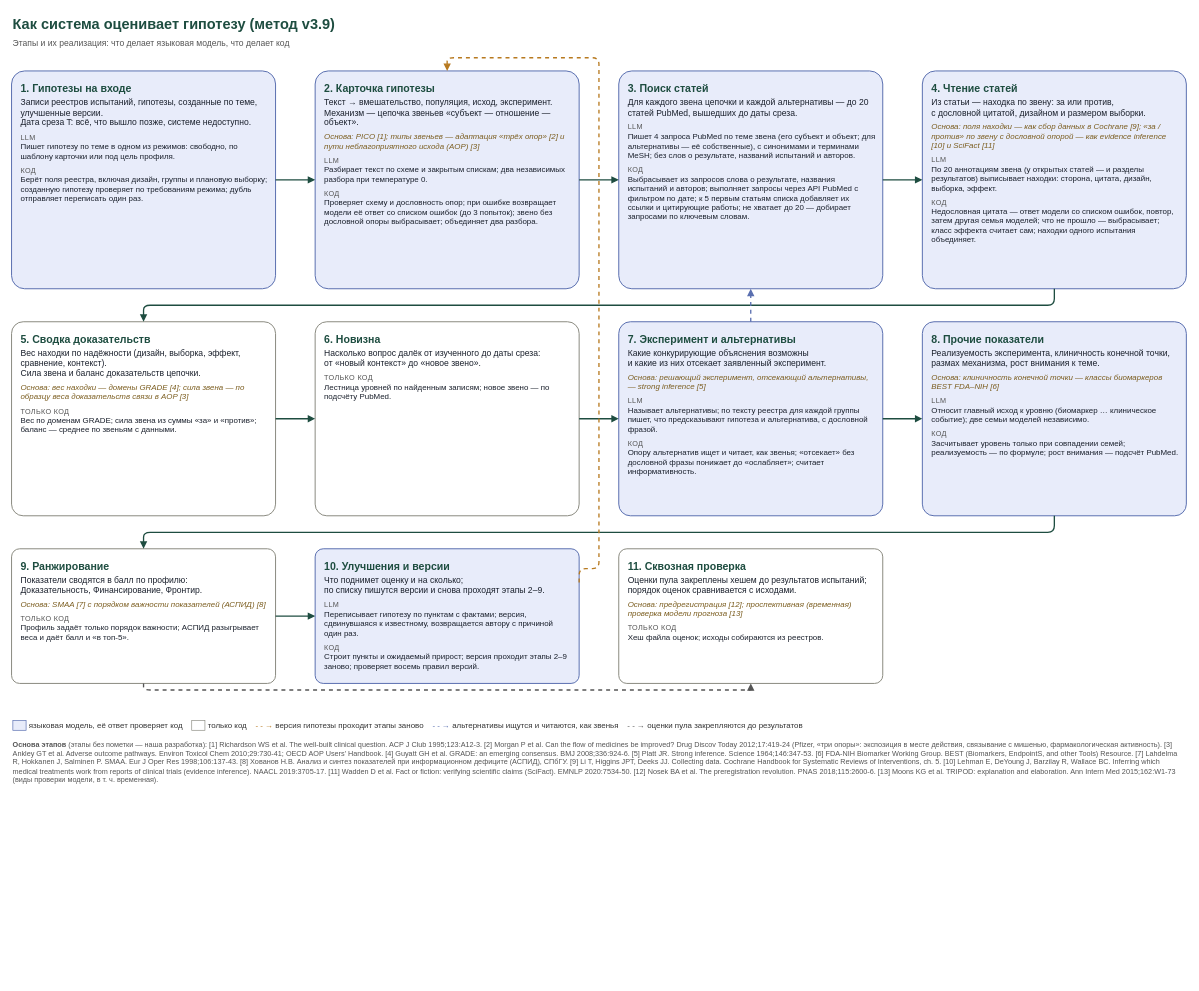
danrd/hyp-arena keeps this draw.io diagram as docs/system/flow_impl.drawio. Above is the earlier version. Source tidied: cells renumbered, new cells numbered last; positions are measured from the earlier drawing's top-left corner, leaving out a move shared by most shapes. Both pictures are drawn from the tidied source at 66%, with x=0, y=0 at pixel (11, 11).
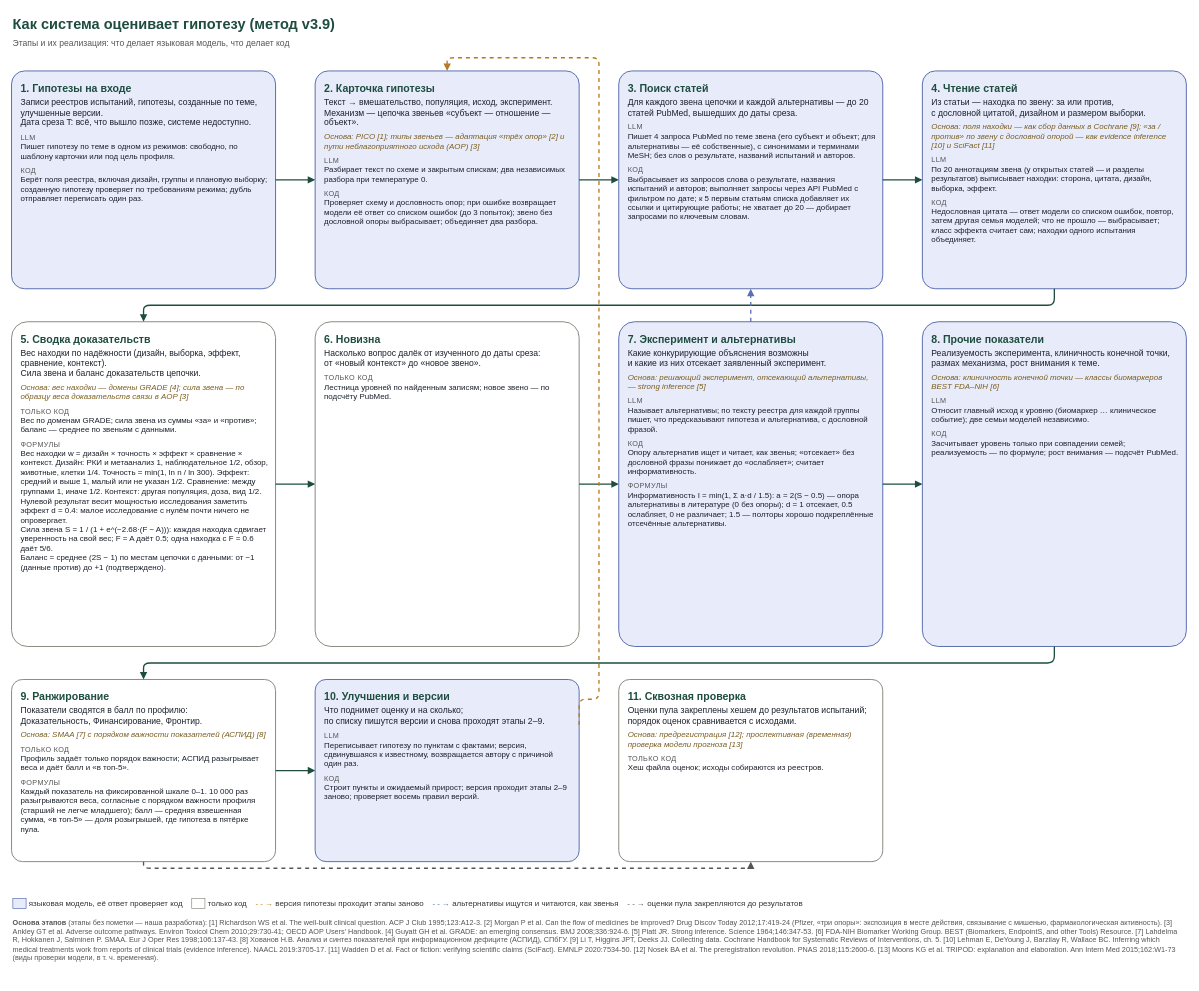
The same page after the edit.

The change refers to these unchanged cells:
```xml
<mxCell id="4" value="&lt;div style='font-size:16px;color:#1E4D40'&gt;&lt;b&gt;2. Карточка гипотезы&lt;/b&gt;&lt;/div&gt;&lt;div style='margin-top:4px'&gt;Текст → вмешательство, популяция, исход, эксперимент.&lt;br/&gt;Механизм — цепочка звеньев «субъект — отношение — объект».&lt;/div&gt;&lt;div style='margin-top:6px;font-size:12px;color:#7A5C1E'&gt;&lt;i&gt;Основа: PICO [1]; типы звеньев — адаптация «трёх опор» [2] и пути неблагоприятного исхода (AOP) [3]&lt;/i&gt;&lt;/div&gt;&lt;div style='margin-top:8px;font-size:11px;color:#555;text-transform:uppercase;letter-spacing:0.5px'&gt;LLM&lt;/div&gt;&lt;div style='font-size:12px'&gt;&lt;div&gt;Разбирает текст по схеме и закрытым спискам; два независимых разбора при температуре 0.&lt;/div&gt;&lt;/div&gt;&lt;div style='margin-top:8px;font-size:11px;color:#555;text-transform:uppercase;letter-spacing:0.5px'&gt;Код&lt;/div&gt;&lt;div style='font-size:12px'&gt;&lt;div&gt;Проверяет схему и дословность опор; при ошибке возвращает модели её ответ со списком ошибок (до 3 попыток); звено без дословной опоры выбрасывает; объединяет два разбора.&lt;/div&gt;&lt;/div&gt;" style="rounded=1;arcSize=6;whiteSpace=wrap;html=1;fillColor=#E8ECFA;strokeColor=#5A6FB0;strokeWidth=1.5;fontSize=13;fontColor=#1A202C;align=left;verticalAlign=top;spacingLeft=12;spacingRight=10;spacingTop=10;" parent="1" vertex="1">
  <mxGeometry x="460" y="90" width="400" height="330" as="geometry" />
</mxCell>
```

The edit, as a diff of the source:
```diff
@@
-    <mxCell id="7" value="&lt;div style='font-size:16px;color:#1E4D40'&gt;&lt;b&gt;5. Сводка доказательств&lt;/b&gt;&lt;/div&gt;&lt;div style='margin-top:4px'&gt;Вес находки по надёжности (дизайн, выборка, эффект, сравнение, контекст).&lt;br/&gt;Сила звена и баланс доказательств цепочки.&lt;/div&gt;&lt;div style='margin-top:6px;font-size:12px;color:#7A5C1E'&gt;&lt;i&gt;Основа: вес находки — домены GRADE [4]; сила звена — по образцу веса доказательств связи в AOP [3]&lt;/i&gt;&lt;/div&gt;&lt;div style='margin-top:8px;font-size:11px;color:#555;text-transform:uppercase;letter-spacing:0.5px'&gt;Только код&lt;/div&gt;&lt;div style='font-size:12px'&gt;&lt;div&gt;Вес по доменам GRADE; сила звена из суммы «за» и «против»; баланс — среднее по звеньям с данными.&lt;/div&gt;&lt;/div&gt;" style="rounded=1;arcSize=6;whiteSpace=wrap;html=1;fillColor=#FFFFFF;strokeColor=#8A8A80;strokeWidth=1.5;fontSize=13;fontColor=#1A202C;align=left;verticalAlign=top;spacingLeft=12;spacingRight=10;spacingTop=10;" parent="1" vertex="1">
-      <mxGeometry y="470" width="400" height="294" as="geometry" />
+    <mxCell id="7" value="&lt;div style='font-size:16px;color:#1E4D40'&gt;&lt;b&gt;5. Сводка доказательств&lt;/b&gt;&lt;/div&gt;&lt;div style='margin-top:4px'&gt;Вес находки по надёжности (дизайн, выборка, эффект, сравнение, контекст).&lt;br/&gt;Сила звена и баланс доказательств цепочки.&lt;/div&gt;&lt;div style='margin-top:6px;font-size:12px;color:#7A5C1E'&gt;&lt;i&gt;Основа: вес находки — домены GRADE [4]; сила звена — по образцу веса доказательств связи в AOP [3]&lt;/i&gt;&lt;/div&gt;&lt;div style='margin-top:8px;font-size:11px;color:#555;text-transform:uppercase;letter-spacing:0.5px'&gt;Только код&lt;/div&gt;&lt;div style='font-size:12px'&gt;&lt;div&gt;Вес по доменам GRADE; сила звена из суммы «за» и «против»; баланс — среднее по звеньям с данными.&lt;/div&gt;&lt;/div&gt;&lt;div style='margin-top:8px;font-size:11px;color:#555;text-transform:uppercase;letter-spacing:0.5px'&gt;Формулы&lt;/div&gt;&lt;div style='font-size:12px'&gt;&lt;div&gt;Вес находки w = дизайн × точность × эффект × сравнение × контекст. Дизайн: РКИ и метаанализ 1, наблюдательное 1/2, обзор, животные, клетки 1/4. Точность = min(1, ln n / ln 300). Эффект: средний и выше 1, малый или не указан 1/2. Сравнение: между группами 1, иначе 1/2. Контекст: другая популяция, доза, вид 1/2.&lt;/div&gt;&lt;div&gt;Нулевой результат весит мощностью исследования заметить эффект d = 0.4: малое исследование с нулём почти ничего не опровергает.&lt;/div&gt;&lt;div&gt;Сила звена S = 1 / (1 + e^(−2.68·(F − A))): каждая находка сдвигает уверенность на свой вес; F = A даёт 0.5; одна находка с F = 0.6 даёт 5/6.&lt;/div&gt;&lt;div&gt;Баланс = среднее (2S − 1) по местам цепочки с данными: от −1 (данные против) до +1 (подтверждено).&lt;/div&gt;&lt;/div&gt;" style="rounded=1;arcSize=6;whiteSpace=wrap;html=1;fillColor=#FFFFFF;strokeColor=#8A8A80;strokeWidth=1.5;fontSize=13;fontColor=#1A202C;align=left;verticalAlign=top;spacingLeft=12;spacingRight=10;spacingTop=10;" parent="1" vertex="1">
+      <mxGeometry y="470" width="400" height="492" as="geometry" />
     </mxCell>
     <mxCell id="8" value="&lt;div style='font-size:16px;color:#1E4D40'&gt;&lt;b&gt;6. Новизна&lt;/b&gt;&lt;/div&gt;&lt;div style='margin-top:4px'&gt;Насколько вопрос далёк от изученного до даты среза:&lt;br/&gt;от «новый контекст» до «новое звено».&lt;/div&gt;&lt;div style='margin-top:8px;font-size:11px;color:#555;text-transform:uppercase;letter-spacing:0.5px'&gt;Только код&lt;/div&gt;&lt;div style='font-size:12px'&gt;&lt;div&gt;Лестница уровней по найденным записям; новое звено — по подсчёту PubMed.&lt;/div&gt;&lt;/div&gt;" style="rounded=1;arcSize=6;whiteSpace=wrap;html=1;fillColor=#FFFFFF;strokeColor=#8A8A80;strokeWidth=1.5;fontSize=13;fontColor=#1A202C;align=left;verticalAlign=top;spacingLeft=12;spacingRight=10;spacingTop=10;" parent="1" vertex="1">
-      <mxGeometry x="460" y="470" width="400" height="294" as="geometry" />
+      <mxGeometry x="460" y="470" width="400" height="492" as="geometry" />
     </mxCell>
-    <mxCell id="9" value="&lt;div style='font-size:16px;color:#1E4D40'&gt;&lt;b&gt;7. Эксперимент и альтернативы&lt;/b&gt;&lt;/div&gt;&lt;div style='margin-top:4px'&gt;Какие конкурирующие объяснения возможны&lt;br/&gt;и какие из них отсекает заявленный эксперимент.&lt;/div&gt;&lt;div style='margin-top:6px;font-size:12px;color:#7A5C1E'&gt;&lt;i&gt;Основа: решающий эксперимент, отсекающий альтернативы, — strong inference [5]&lt;/i&gt;&lt;/div&gt;&lt;div style='margin-top:8px;font-size:11px;color:#555;text-transform:uppercase;letter-spacing:0.5px'&gt;LLM&lt;/div&gt;&lt;div style='font-size:12px'&gt;&lt;div&gt;Называет альтернативы; по тексту реестра для каждой группы пишет, что предсказывают гипотеза и альтернатива, с дословной фразой.&lt;/div&gt;&lt;/div&gt;&lt;div style='margin-top:8px;font-size:11px;color:#555;text-transform:uppercase;letter-spacing:0.5px'&gt;Код&lt;/div&gt;&lt;div style='font-size:12px'&gt;&lt;div&gt;Опору альтернатив ищет и читает, как звенья; «отсекает» без дословной фразы понижает до «ослабляет»; считает информативность.&lt;/div&gt;&lt;/div&gt;" style="rounded=1;arcSize=6;whiteSpace=wrap;html=1;fillColor=#E8ECFA;strokeColor=#5A6FB0;strokeWidth=1.5;fontSize=13;fontColor=#1A202C;align=left;verticalAlign=top;spacingLeft=12;spacingRight=10;spacingTop=10;" parent="1" vertex="1">
-      <mxGeometry x="920" y="470" width="400" height="294" as="geometry" />
+    <mxCell id="9" value="&lt;div style='font-size:16px;color:#1E4D40'&gt;&lt;b&gt;7. Эксперимент и альтернативы&lt;/b&gt;&lt;/div&gt;&lt;div style='margin-top:4px'&gt;Какие конкурирующие объяснения возможны&lt;br/&gt;и какие из них отсекает заявленный эксперимент.&lt;/div&gt;&lt;div style='margin-top:6px;font-size:12px;color:#7A5C1E'&gt;&lt;i&gt;Основа: решающий эксперимент, отсекающий альтернативы, — strong inference [5]&lt;/i&gt;&lt;/div&gt;&lt;div style='margin-top:8px;font-size:11px;color:#555;text-transform:uppercase;letter-spacing:0.5px'&gt;LLM&lt;/div&gt;&lt;div style='font-size:12px'&gt;&lt;div&gt;Называет альтернативы; по тексту реестра для каждой группы пишет, что предсказывают гипотеза и альтернатива, с дословной фразой.&lt;/div&gt;&lt;/div&gt;&lt;div style='margin-top:8px;font-size:11px;color:#555;text-transform:uppercase;letter-spacing:0.5px'&gt;Код&lt;/div&gt;&lt;div style='font-size:12px'&gt;&lt;div&gt;Опору альтернатив ищет и читает, как звенья; «отсекает» без дословной фразы понижает до «ослабляет»; считает информативность.&lt;/div&gt;&lt;/div&gt;&lt;div style='margin-top:8px;font-size:11px;color:#555;text-transform:uppercase;letter-spacing:0.5px'&gt;Формулы&lt;/div&gt;&lt;div style='font-size:12px'&gt;&lt;div&gt;Информативность I = min(1, Σ a·d / 1.5): a = 2(S − 0.5) — опора альтернативы в литературе (0 без опоры); d = 1 отсекает, 0.5 ослабляет, 0 не различает; 1.5 — полторы хорошо подкреплённые отсечённые альтернативы.&lt;/div&gt;&lt;/div&gt;" style="rounded=1;arcSize=6;whiteSpace=wrap;html=1;fillColor=#E8ECFA;strokeColor=#5A6FB0;strokeWidth=1.5;fontSize=13;fontColor=#1A202C;align=left;verticalAlign=top;spacingLeft=12;spacingRight=10;spacingTop=10;" parent="1" vertex="1">
+      <mxGeometry x="920" y="470" width="400" height="492" as="geometry" />
     </mxCell>
     <mxCell id="10" value="&lt;div style='font-size:16px;color:#1E4D40'&gt;&lt;b&gt;8. Прочие показатели&lt;/b&gt;&lt;/div&gt;&lt;div style='margin-top:4px'&gt;Реализуемость эксперимента, клиничность конечной точки,&lt;br/&gt;размах механизма, рост внимания к теме.&lt;/div&gt;&lt;div style='margin-top:6px;font-size:12px;color:#7A5C1E'&gt;&lt;i&gt;Основа: клиничность конечной точки — классы биомаркеров BEST FDA–NIH [6]&lt;/i&gt;&lt;/div&gt;&lt;div style='margin-top:8px;font-size:11px;color:#555;text-transform:uppercase;letter-spacing:0.5px'&gt;LLM&lt;/div&gt;&lt;div style='font-size:12px'&gt;&lt;div&gt;Относит главный исход к уровню (биомаркер … клиническое событие); две семьи моделей независимо.&lt;/div&gt;&lt;/div&gt;&lt;div style='margin-top:8px;font-size:11px;color:#555;text-transform:uppercase;letter-spacing:0.5px'&gt;Код&lt;/div&gt;&lt;div style='font-size:12px'&gt;&lt;div&gt;Засчитывает уровень только при совпадении семей; реализуемость — по формуле; рост внимания — подсчёт PubMed.&lt;/div&gt;&lt;/div&gt;" style="rounded=1;arcSize=6;whiteSpace=wrap;html=1;fillColor=#E8ECFA;strokeColor=#5A6FB0;strokeWidth=1.5;fontSize=13;fontColor=#1A202C;align=left;verticalAlign=top;spacingLeft=12;spacingRight=10;spacingTop=10;" parent="1" vertex="1">
-      <mxGeometry x="1380" y="470" width="400" height="294" as="geometry" />
+      <mxGeometry x="1380" y="470" width="400" height="492" as="geometry" />
     </mxCell>
-    <mxCell id="11" value="&lt;div style='font-size:16px;color:#1E4D40'&gt;&lt;b&gt;9. Ранжирование&lt;/b&gt;&lt;/div&gt;&lt;div style='margin-top:4px'&gt;Показатели сводятся в балл по профилю:&lt;br/&gt;Доказательность, Финансирование, Фронтир.&lt;/div&gt;&lt;div style='margin-top:6px;font-size:12px;color:#7A5C1E'&gt;&lt;i&gt;Основа: SMAA [7] с порядком важности показателей (АСПИД) [8]&lt;/i&gt;&lt;/div&gt;&lt;div style='margin-top:8px;font-size:11px;color:#555;text-transform:uppercase;letter-spacing:0.5px'&gt;Только код&lt;/div&gt;&lt;div style='font-size:12px'&gt;&lt;div&gt;Профиль задаёт только порядок важности; АСПИД разыгрывает веса и даёт балл и «в топ-5».&lt;/div&gt;&lt;/div&gt;" style="rounded=1;arcSize=6;whiteSpace=wrap;html=1;fillColor=#FFFFFF;strokeColor=#8A8A80;strokeWidth=1.5;fontSize=13;fontColor=#1A202C;align=left;verticalAlign=top;spacingLeft=12;spacingRight=10;spacingTop=10;" parent="1" vertex="1">
-      <mxGeometry y="814" width="400" height="204" as="geometry" />
+    <mxCell id="11" value="&lt;div style='font-size:16px;color:#1E4D40'&gt;&lt;b&gt;9. Ранжирование&lt;/b&gt;&lt;/div&gt;&lt;div style='margin-top:4px'&gt;Показатели сводятся в балл по профилю:&lt;br/&gt;Доказательность, Финансирование, Фронтир.&lt;/div&gt;&lt;div style='margin-top:6px;font-size:12px;color:#7A5C1E'&gt;&lt;i&gt;Основа: SMAA [7] с порядком важности показателей (АСПИД) [8]&lt;/i&gt;&lt;/div&gt;&lt;div style='margin-top:8px;font-size:11px;color:#555;text-transform:uppercase;letter-spacing:0.5px'&gt;Только код&lt;/div&gt;&lt;div style='font-size:12px'&gt;&lt;div&gt;Профиль задаёт только порядок важности; АСПИД разыгрывает веса и даёт балл и «в топ-5».&lt;/div&gt;&lt;/div&gt;&lt;div style='margin-top:8px;font-size:11px;color:#555;text-transform:uppercase;letter-spacing:0.5px'&gt;Формулы&lt;/div&gt;&lt;div style='font-size:12px'&gt;&lt;div&gt;Каждый показатель на фиксированной шкале 0–1. 10 000 раз разыгрываются веса, согласные с порядком важности профиля (старший не легче младшего); балл — средняя взвешенная сумма, «в топ-5» — доля розыгрышей, где гипотеза в пятёрке пула.&lt;/div&gt;&lt;/div&gt;" style="rounded=1;arcSize=6;whiteSpace=wrap;html=1;fillColor=#FFFFFF;strokeColor=#8A8A80;strokeWidth=1.5;fontSize=13;fontColor=#1A202C;align=left;verticalAlign=top;spacingLeft=12;spacingRight=10;spacingTop=10;" parent="1" vertex="1">
+      <mxGeometry y="1012" width="400" height="276" as="geometry" />
     </mxCell>
     <mxCell id="12" value="&lt;div style='font-size:16px;color:#1E4D40'&gt;&lt;b&gt;10. Улучшения и версии&lt;/b&gt;&lt;/div&gt;&lt;div style='margin-top:4px'&gt;Что поднимет оценку и на сколько;&lt;br/&gt;по списку пишутся версии и снова проходят этапы 2–9.&lt;/div&gt;&lt;div style='margin-top:8px;font-size:11px;color:#555;text-transform:uppercase;letter-spacing:0.5px'&gt;LLM&lt;/div&gt;&lt;div style='font-size:12px'&gt;&lt;div&gt;Переписывает гипотезу по пунктам с фактами; версия, сдвинувшаяся к известному, возвращается автору с причиной один раз.&lt;/div&gt;&lt;/div&gt;&lt;div style='margin-top:8px;font-size:11px;color:#555;text-transform:uppercase;letter-spacing:0.5px'&gt;Код&lt;/div&gt;&lt;div style='font-size:12px'&gt;&lt;div&gt;Строит пункты и ожидаемый прирост; версия проходит этапы 2–9 заново; проверяет восемь правил версий.&lt;/div&gt;&lt;/div&gt;" style="rounded=1;arcSize=6;whiteSpace=wrap;html=1;fillColor=#E8ECFA;strokeColor=#5A6FB0;strokeWidth=1.5;fontSize=13;fontColor=#1A202C;align=left;verticalAlign=top;spacingLeft=12;spacingRight=10;spacingTop=10;" parent="1" vertex="1">
-      <mxGeometry x="460" y="814" width="400" height="204" as="geometry" />
+      <mxGeometry x="460" y="1012" width="400" height="276" as="geometry" />
     </mxCell>
     <mxCell id="13" value="&lt;div style='font-size:16px;color:#1E4D40'&gt;&lt;b&gt;11. Сквозная проверка&lt;/b&gt;&lt;/div&gt;&lt;div style='margin-top:4px'&gt;Оценки пула закреплены хешем до результатов испытаний;&lt;br/&gt;порядок оценок сравнивается с исходами.&lt;/div&gt;&lt;div style='margin-top:6px;font-size:12px;color:#7A5C1E'&gt;&lt;i&gt;Основа: предрегистрация [12]; проспективная (временная) проверка модели прогноза [13]&lt;/i&gt;&lt;/div&gt;&lt;div style='margin-top:8px;font-size:11px;color:#555;text-transform:uppercase;letter-spacing:0.5px'&gt;Только код&lt;/div&gt;&lt;div style='font-size:12px'&gt;&lt;div&gt;Хеш файла оценок; исходы собираются из реестров.&lt;/div&gt;&lt;/div&gt;" style="rounded=1;arcSize=6;whiteSpace=wrap;html=1;fillColor=#FFFFFF;strokeColor=#8A8A80;strokeWidth=1.5;fontSize=13;fontColor=#1A202C;align=left;verticalAlign=top;spacingLeft=12;spacingRight=10;spacingTop=10;" parent="1" vertex="1">
-      <mxGeometry x="920" y="814" width="400" height="204" as="geometry" />
+      <mxGeometry x="920" y="1012" width="400" height="276" as="geometry" />
     </mxCell>
@@
     <mxCell id="23" style="edgeStyle=orthogonalEdgeStyle;rounded=1;html=1;endArrow=block;endFill=1;strokeColor=#1E4D40;strokeWidth=2;dashed=1;exitX=1;exitY=0.25;entryX=0.5;entryY=0;strokeColor=#B7791F;" parent="1" edge="1" source="12" target="4">
       <mxGeometry relative="1" as="geometry">
         <Array as="points">
-          <mxPoint x="890" y="844" />
+          <mxPoint x="890" y="1042" />
           <mxPoint x="890" y="70" />
           <mxPoint x="660" y="70" />
         </Array>
       </mxGeometry>
     </mxCell>
@@
     <mxCell id="26" value="&lt;span style='background:#E8ECFA;border:1px solid #5A6FB0;padding:0 8px'&gt;&amp;nbsp;&lt;/span&gt; языковая модель, её ответ проверяет код &amp;nbsp;&amp;nbsp; &lt;span style='border:1px solid #8A8A80;padding:0 8px'&gt;&amp;nbsp;&lt;/span&gt; только код &amp;nbsp;&amp;nbsp; &lt;span style='color:#B7791F'&gt;- - →&lt;/span&gt; версия гипотезы проходит этапы заново &amp;nbsp;&amp;nbsp; &lt;span style='color:#5A6FB0'&gt;- - →&lt;/span&gt; альтернативы ищутся и читаются, как звенья &amp;nbsp;&amp;nbsp; &lt;span style='color:#555'&gt;- - →&lt;/span&gt; оценки пула закрепляются до результатов" style="text;html=1;fontSize=12;align=left;fontColor=#333;fillColor=none;strokeColor=none;" parent="1" vertex="1">
-      <mxGeometry y="1068" width="1780" height="26" as="geometry" />
+      <mxGeometry y="1338" width="1780" height="26" as="geometry" />
     </mxCell>
     <mxCell id="27" value="&lt;b&gt;Основа этапов&lt;/b&gt; (этапы без пометки — наша разработка): [1] Richardson WS et al. The well-built clinical question. ACP J Club 1995;123:A12-3. [2] Morgan P et al. Can the flow of medicines be improved? Drug Discov Today 2012;17:419-24 (Pfizer, «три опоры»: экспозиция в месте действия, связывание с мишенью, фармакологическая активность). [3] Ankley GT et al. Adverse outcome pathways. Environ Toxicol Chem 2010;29:730-41; OECD AOP Users' Handbook. [4] Guyatt GH et al. GRADE: an emerging consensus. BMJ 2008;336:924-6. [5] Platt JR. Strong inference. Science 1964;146:347-53. [6] FDA-NIH Biomarker Working Group. BEST (Biomarkers, EndpointS, and other Tools) Resource. [7] Lahdelma R, Hokkanen J, Salminen P. SMAA. Eur J Oper Res 1998;106:137-43. [8] Хованов Н.В. Анализ и синтез показателей при информационном дефиците (АСПИД), СПбГУ. [9] Li T, Higgins JPT, Deeks JJ. Collecting data. Cochrane Handbook for Systematic Reviews of Interventions, ch. 5. [10] Lehman E, DeYoung J, Barzilay R, Wallace BC. Inferring which medical treatments work from reports of clinical trials (evidence inference). NAACL 2019:3705-17. [11] Wadden D et al. Fact or fiction: verifying scientific claims (SciFact). EMNLP 2020:7534-50. [12] Nosek BA et al. The preregistration revolution. PNAS 2018;115:2600-6. [13] Moons KG et al. TRIPOD: explanation and elaboration. Ann Intern Med 2015;162:W1-73 (виды проверки модели, в т. ч. временная)." style="text;html=1;whiteSpace=wrap;fontSize=11;align=left;verticalAlign=top;fontColor=#555;fillColor=none;strokeColor=none;" parent="1" vertex="1">
-      <mxGeometry y="1098" width="1780" height="100" as="geometry" />
+      <mxGeometry y="1368" width="1780" height="100" as="geometry" />
     </mxCell>
```
